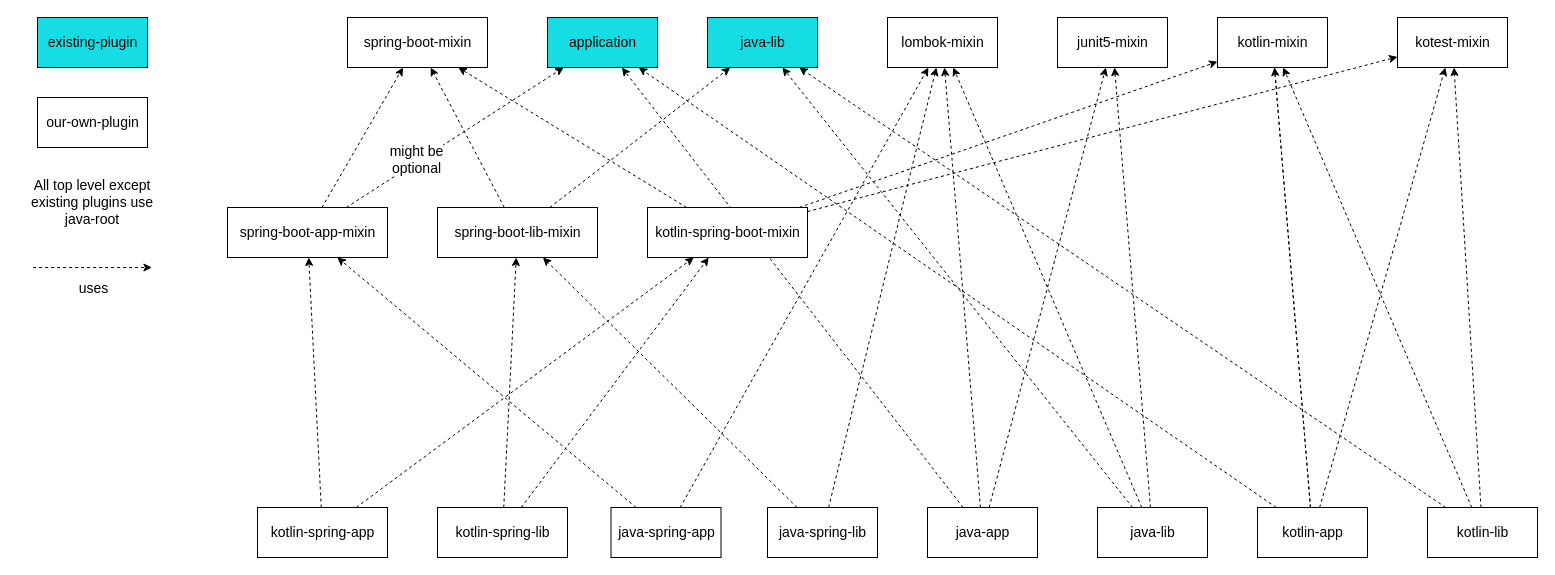
Before: gradle/plugins/gradle plugins structure.drawio in CXwudi/modern-gradle-template, a draw.io diagram. Source tidied: cells renumbered, new cells numbered last; positions are measured from the earlier drawing's top-left corner, leaving out a move shared by most shapes. Both pictures are drawn from the tidied source at 100%, with x=0, y=0 at pixel (17, 17).
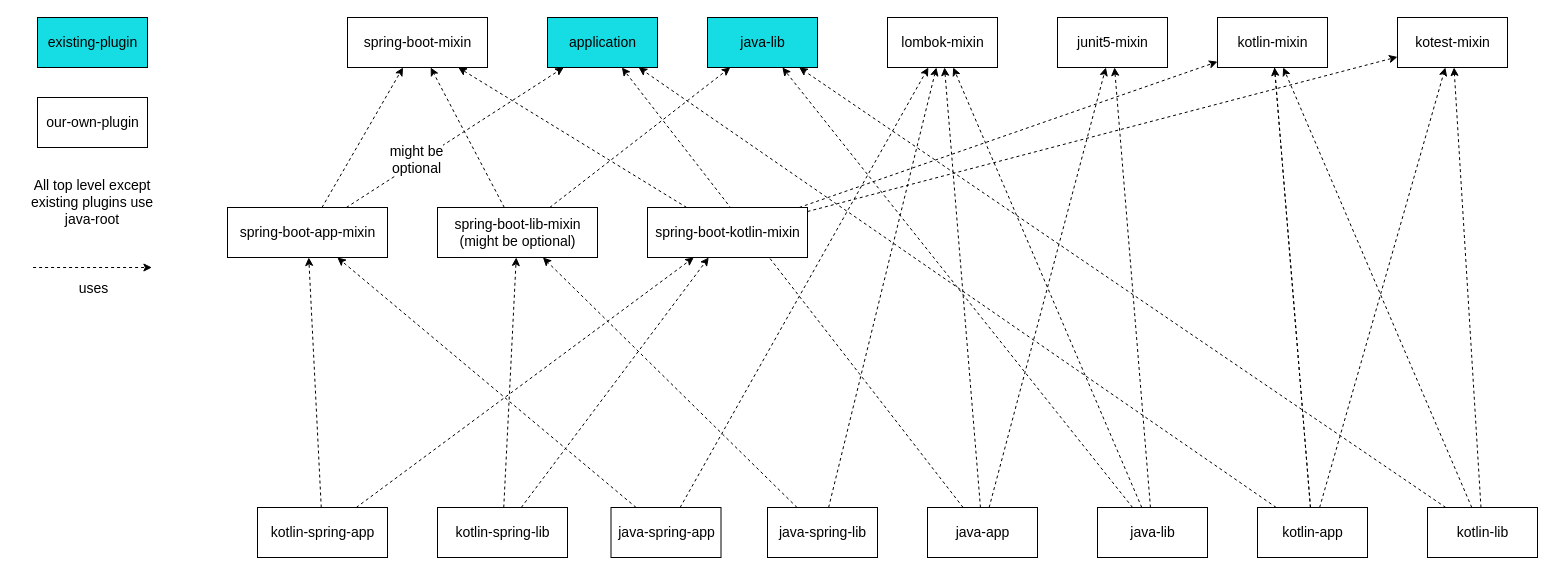
The same page after the edit.

Commit message (it also covers changes not shown here):
added all mixins for spring plugins

Diff of the diagram source:
```diff
@@
-    <mxCell id="44" value="spring-boot-lib-mixin" style="html=1;fontSize=14;" parent="1" vertex="1">
+    <mxCell id="44" value="spring-boot-lib-mixin&lt;br&gt;(might be optional)" style="html=1;fontSize=14;" parent="1" vertex="1">
       <mxGeometry x="420" y="190" width="160" height="50" as="geometry" />
     </mxCell>
@@
-    <mxCell id="48" value="kotlin-spring-boot-mixin" style="html=1;fontSize=14;" parent="1" vertex="1">
+    <mxCell id="48" value="spring-boot-kotlin-mixin" style="html=1;fontSize=14;" parent="1" vertex="1">
       <mxGeometry x="630" y="190" width="160" height="50" as="geometry" />
     </mxCell>
```
